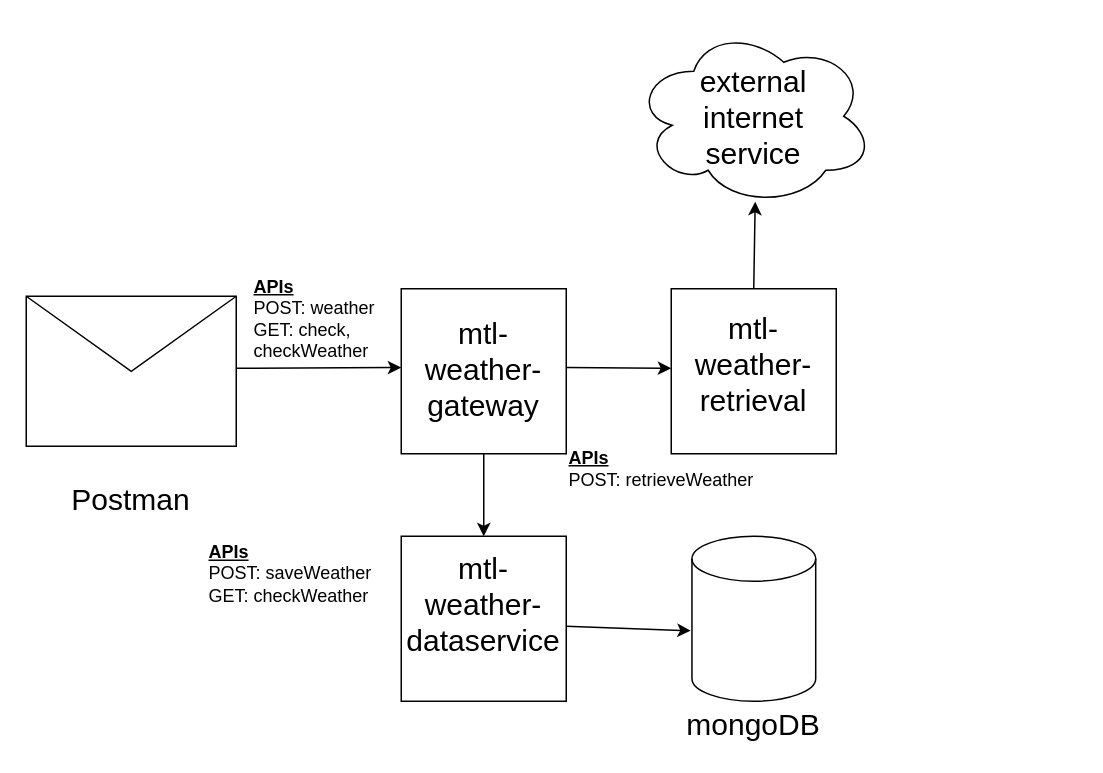
This is mtl-weather-microservice.drawio from mtleonardjr/mtl-weather-microservice, a draw.io file, before an edit. Source tidied: cells renumbered, new cells numbered last; positions are measured from the earlier drawing's top-left corner, leaving out a move shared by most shapes. Both pictures are drawn from the tidied source at 150%, with x=0, y=0 at pixel (26, 26).
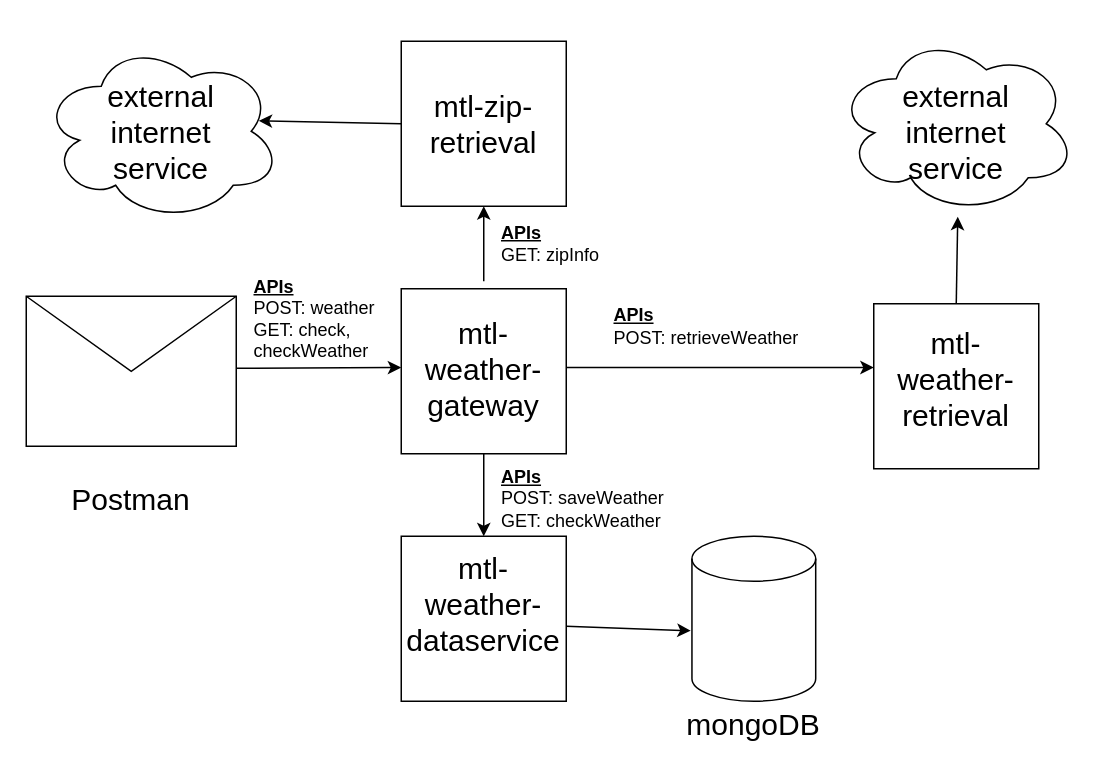
Above is the later version.

Commit message (it also covers changes not shown here):
added mtl-zip-retrieval service

Unchanged cells that the change refers to:
```xml
<mxCell id="10" value="&lt;font style=&quot;font-size: 20px&quot;&gt;mtl-weather-gateway&lt;/font&gt;" style="text;html=1;strokeColor=none;fillColor=none;align=center;verticalAlign=middle;whiteSpace=wrap;rounded=0;" parent="1" vertex="1">
  <mxGeometry x="250" y="180" width="110" height="95" as="geometry" />
</mxCell>
```

Diff of the diagram source:
```diff
@@
+    <mxCell id="23" style="whiteSpace=wrap;html=1;" parent="1" vertex="1">
+      <mxGeometry x="250" y="10" width="110" height="110" as="geometry" />
+    </mxCell>
@@
     <mxCell id="5" style="whiteSpace=wrap;html=1;" parent="1" vertex="1">
-      <mxGeometry x="430" y="175" width="110" height="110" as="geometry" />
+      <mxGeometry x="565" y="185" width="110" height="110" as="geometry" />
     </mxCell>
@@
     <mxCell id="8" style="ellipse;shape=cloud;whiteSpace=wrap;html=1;" parent="1" vertex="1">
-      <mxGeometry x="405" width="160" height="120" as="geometry" />
+      <mxGeometry x="540" y="5" width="160" height="120" as="geometry" />
     </mxCell>
@@
     <mxCell id="11" value="&lt;font style=&quot;font-size: 20px&quot;&gt;mtl-weather-retrieval&lt;/font&gt;" style="text;html=1;strokeColor=none;fillColor=none;align=center;verticalAlign=middle;whiteSpace=wrap;rounded=0;" parent="1" vertex="1">
-      <mxGeometry x="430" y="210" width="110" height="30" as="geometry" />
+      <mxGeometry x="565" y="220" width="110" height="30" as="geometry" />
     </mxCell>
@@
     <mxCell id="13" value="&lt;span style=&quot;font-size: 20px&quot;&gt;external internet service&lt;/span&gt;" style="text;html=1;strokeColor=none;fillColor=none;align=center;verticalAlign=middle;whiteSpace=wrap;rounded=0;" parent="1" vertex="1">
-      <mxGeometry x="430" y="45" width="110" height="30" as="geometry" />
+      <mxGeometry x="565" y="55" width="110" height="30" as="geometry" />
     </mxCell>
@@
-    <mxCell id="18" style="endArrow=classic;html=1;exitX=1;exitY=0.5;exitDx=0;exitDy=0;" parent="1" edge="1" source="10">
-      <mxGeometry relative="1" as="geometry">
-        <mxPoint x="430" y="228" as="targetPoint" />
-      </mxGeometry>
+    <mxCell id="18" style="endArrow=classic;html=1;exitX=1;exitY=0.5;exitDx=0;exitDy=0;entryX=0;entryY=0.25;entryDx=0;entryDy=0;" parent="1" edge="1" source="10" target="11">
+      <mxGeometry relative="1" as="geometry" />
     </mxCell>
-    <mxCell id="19" style="endArrow=classic;html=1;exitX=0.5;exitY=0;exitDx=0;exitDy=0;entryX=0.506;entryY=0.975;entryDx=0;entryDy=0;entryPerimeter=0;" parent="1" edge="1" source="5" target="8">
-      <mxGeometry relative="1" as="geometry" />
+    <mxCell id="19" style="endArrow=classic;html=1;exitX=0.5;exitY=0;exitDx=0;exitDy=0;entryX=0.506;entryY=0.975;entryDx=0;entryDy=0;entryPerimeter=0;" parent="1" edge="1" source="5">
+      <mxGeometry relative="1" as="geometry">
+        <mxPoint x="621" y="127" as="targetPoint" />
+      </mxGeometry>
     </mxCell>
@@
     <mxCell id="21" value="&lt;u style=&quot;font-weight: bold&quot;&gt;APIs&lt;/u&gt;&lt;br&gt;POST: retrieveWeather" style="text;html=1;strokeColor=none;fillColor=none;align=left;verticalAlign=middle;whiteSpace=wrap;rounded=0;" parent="1" vertex="1">
-      <mxGeometry x="360" y="270" width="130" height="50" as="geometry" />
+      <mxGeometry x="390" y="175" width="130" height="50" as="geometry" />
     </mxCell>
     <mxCell id="22" value="&lt;u style=&quot;font-weight: bold&quot;&gt;APIs&lt;/u&gt;&lt;br&gt;POST: saveWeather&lt;br&gt;GET: checkWeather" style="text;html=1;strokeColor=none;fillColor=none;align=left;verticalAlign=middle;whiteSpace=wrap;rounded=0;" parent="1" vertex="1">
-      <mxGeometry x="120" y="340" width="130" height="50" as="geometry" />
+      <mxGeometry x="315" y="290" width="130" height="50" as="geometry" />
     </mxCell>
+    <mxCell id="24" value="&lt;font style=&quot;font-size: 20px&quot;&gt;mtl-zip-retrieval&lt;/font&gt;" style="text;html=1;strokeColor=none;fillColor=none;align=center;verticalAlign=middle;whiteSpace=wrap;rounded=0;" parent="1" vertex="1">
+      <mxGeometry x="250" y="17.5" width="110" height="95" as="geometry" />
+    </mxCell>
+    <mxCell id="25" style="endArrow=classic;html=1;entryX=0.5;entryY=1;entryDx=0;entryDy=0;" parent="1" edge="1" target="23">
+      <mxGeometry relative="1" as="geometry">
+        <mxPoint x="305" y="170" as="sourcePoint" />
+      </mxGeometry>
+    </mxCell>
+    <mxCell id="26" value="&lt;u style=&quot;font-weight: bold&quot;&gt;APIs&lt;/u&gt;&lt;br&gt;GET: zipInfo" style="text;html=1;strokeColor=none;fillColor=none;align=left;verticalAlign=middle;whiteSpace=wrap;rounded=0;" parent="1" vertex="1">
+      <mxGeometry x="315" y="120" width="90" height="50" as="geometry" />
+    </mxCell>
+    <mxCell id="27" style="ellipse;shape=cloud;whiteSpace=wrap;html=1;" parent="1" vertex="1">
+      <mxGeometry x="10" y="10" width="160" height="120" as="geometry" />
+    </mxCell>
+    <mxCell id="28" style="endArrow=classic;html=1;exitX=0;exitY=0.5;exitDx=0;exitDy=0;entryX=0.906;entryY=0.442;entryDx=0;entryDy=0;entryPerimeter=0;" parent="1" edge="1" source="24" target="27">
+      <mxGeometry relative="1" as="geometry" />
+    </mxCell>
+    <mxCell id="29" value="&lt;span style=&quot;font-size: 20px&quot;&gt;external internet service&lt;/span&gt;" style="text;html=1;strokeColor=none;fillColor=none;align=center;verticalAlign=middle;whiteSpace=wrap;rounded=0;" parent="1" vertex="1">
+      <mxGeometry x="35" y="55" width="110" height="30" as="geometry" />
+    </mxCell>
```
